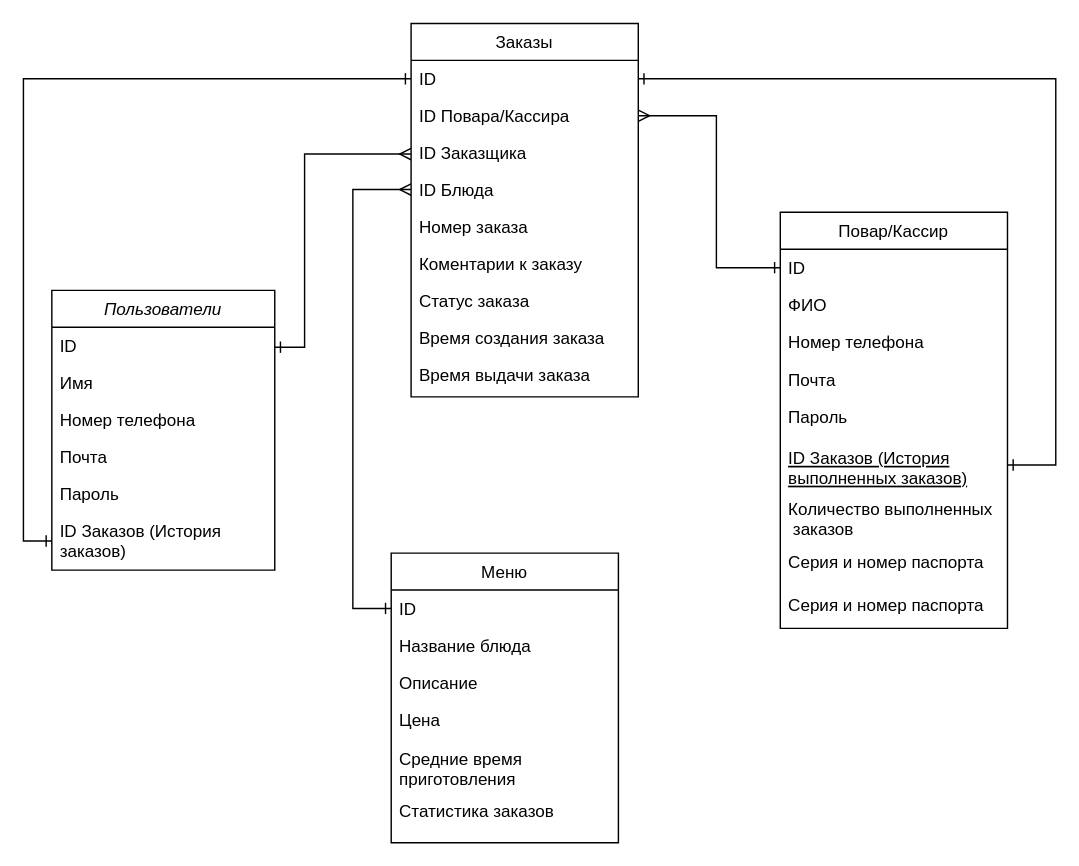
Above: docs/BD_dining_room.drawio in Danyfff/dining_room (draw.io), before the change. Source tidied: cells renumbered, new cells numbered last; positions are measured from the earlier drawing's top-left corner, leaving out a move shared by most shapes. Both pictures are drawn from the tidied source at 142%, with x=0, y=0 at pixel (23, 23).
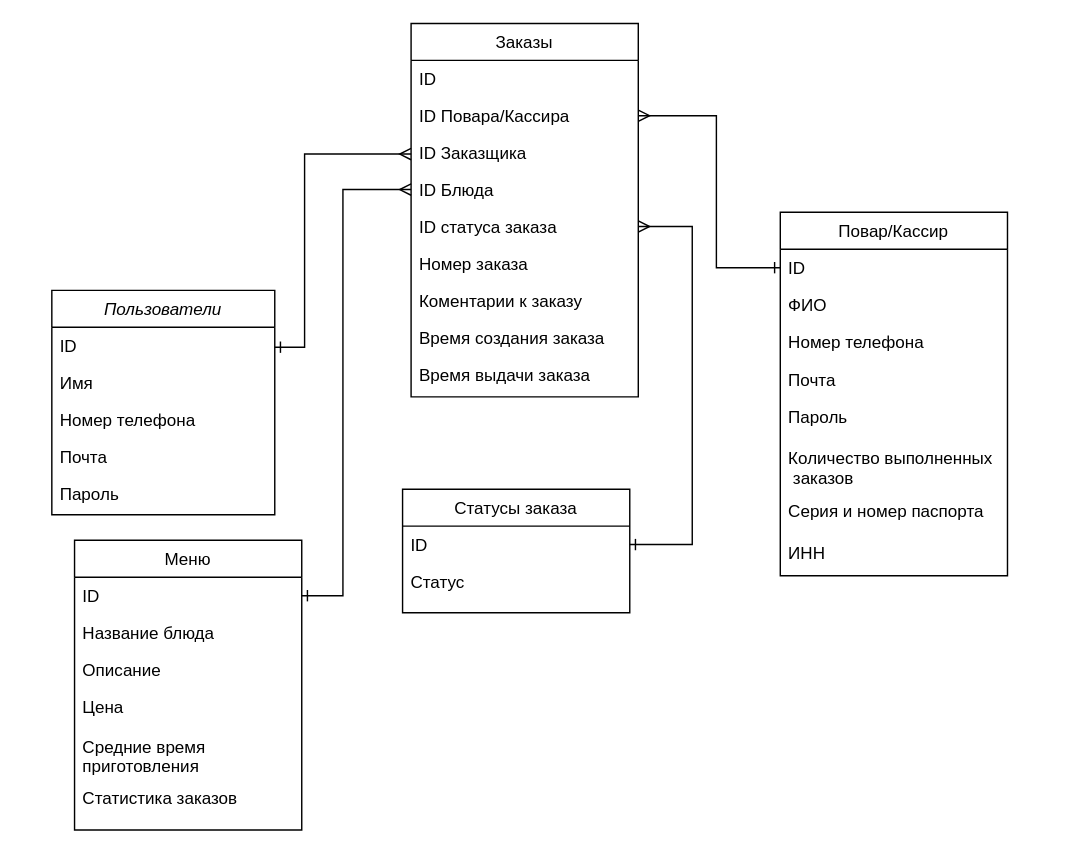
After the change.

Unchanged cells that the change refers to:
```xml
<mxCell id="20" value="ID&#10;" style="text;align=left;verticalAlign=top;spacingLeft=4;spacingRight=4;overflow=hidden;points=[[0,0.5],[1,0.5]];portConstraint=eastwest;" parent="19" vertex="1">
  <mxGeometry y="26" width="160" height="26" as="geometry" />
</mxCell>
<mxCell id="26" value="Заказы" style="swimlane;fontStyle=0;align=center;verticalAlign=top;horizontal=1;startSize=26;rounded=0;shadow=0;strokeWidth=1;" parent="1" vertex="1">
  <mxGeometry x="273" width="160" height="263" as="geometry" />
</mxCell>
<mxCell id="27" value="ID" style="text;align=left;verticalAlign=top;spacingLeft=4;spacingRight=4;overflow=hidden;points=[[0,0.5],[1,0.5]];portConstraint=eastwest;" parent="26" vertex="1">
  <mxGeometry y="26" width="160" height="26" as="geometry" />
</mxCell>
<mxCell id="30" value="ID Блюда" style="text;align=left;verticalAlign=top;spacingLeft=4;spacingRight=4;overflow=hidden;points=[[0,0.5],[1,0.5]];portConstraint=eastwest;rounded=0;shadow=0;html=0;" parent="26" vertex="1">
  <mxGeometry y="104" width="160" height="26" as="geometry" />
</mxCell>
```

The edit, as a diff of the source:
```diff
@@
     <mxCell id="2" value="Пользователи" style="swimlane;fontStyle=2;align=center;verticalAlign=top;horizontal=1;startSize=26;rounded=0;shadow=0;strokeWidth=1;" parent="1" vertex="1">
-      <mxGeometry x="20" y="188" width="157" height="197" as="geometry" />
+      <mxGeometry x="20" y="188" width="157" height="158" as="geometry" />
     </mxCell>
@@
-    <mxCell id="8" value="ID Заказов (История &#10;заказов)" style="text;align=left;verticalAlign=top;spacingLeft=4;spacingRight=4;overflow=hidden;points=[[0,0.5],[1,0.5]];portConstraint=eastwest;rounded=0;shadow=0;html=0;" parent="2" vertex="1">
-      <mxGeometry y="156" width="157" height="41" as="geometry" />
-    </mxCell>
     <mxCell id="9" value="Повар/Кассир" style="swimlane;fontStyle=0;align=center;verticalAlign=top;horizontal=1;startSize=26;rounded=0;shadow=0;strokeWidth=1;" parent="1" vertex="1">
-      <mxGeometry x="533" y="133" width="160" height="293" as="geometry" />
+      <mxGeometry x="533" y="133" width="160" height="256" as="geometry" />
     </mxCell>
@@
-    <mxCell id="15" value="ID Заказов (История&#10;выполненных заказов)" style="text;align=left;verticalAlign=top;spacingLeft=4;spacingRight=4;overflow=hidden;points=[[0,0.5],[1,0.5]];portConstraint=eastwest;fontStyle=4;" parent="9" vertex="1">
-      <mxGeometry y="160" width="160" height="36" as="geometry" />
-    </mxCell>
     <mxCell id="16" value="Количество выполненных&#10; заказов" style="text;align=left;verticalAlign=top;spacingLeft=4;spacingRight=4;overflow=hidden;" parent="9" vertex="1">
-      <mxGeometry y="196" width="160" height="37" as="geometry" />
+      <mxGeometry y="160" width="160" height="37" as="geometry" />
     </mxCell>
     <mxCell id="17" value="Серия и номер паспорта" style="text;align=left;verticalAlign=top;spacingLeft=4;spacingRight=4;overflow=hidden;" parent="9" vertex="1">
-      <mxGeometry y="233" width="160" height="30" as="geometry" />
+      <mxGeometry y="197" width="160" height="30" as="geometry" />
     </mxCell>
-    <mxCell id="18" value="Серия и номер паспорта" style="text;align=left;verticalAlign=top;spacingLeft=4;spacingRight=4;overflow=hidden;" parent="9" vertex="1">
-      <mxGeometry y="263" width="160" height="29" as="geometry" />
+    <mxCell id="18" value="ИНН" style="text;align=left;verticalAlign=top;spacingLeft=4;spacingRight=4;overflow=hidden;" parent="9" vertex="1">
+      <mxGeometry y="227" width="160" height="29" as="geometry" />
     </mxCell>
     <mxCell id="19" value="Меню" style="swimlane;fontStyle=0;align=center;verticalAlign=top;horizontal=1;startSize=26;rounded=0;shadow=0;strokeWidth=1;" parent="1" vertex="1">
-      <mxGeometry x="259" y="373" width="160" height="204" as="geometry" />
+      <mxGeometry x="36" y="364" width="160" height="204" as="geometry" />
     </mxCell>
@@
+    <mxCell id="33" value="ID статуса заказа" style="text;align=left;verticalAlign=top;spacingLeft=4;spacingRight=4;overflow=hidden;points=[[0,0.5],[1,0.5]];portConstraint=eastwest;" parent="26" vertex="1">
+      <mxGeometry y="130" width="160" height="26" as="geometry" />
+    </mxCell>
     <mxCell id="31" value="Номер заказа" style="text;align=left;verticalAlign=top;spacingLeft=4;spacingRight=4;overflow=hidden;" parent="26" vertex="1">
-      <mxGeometry y="130" width="160" height="26" as="geometry" />
+      <mxGeometry y="156" width="160" height="26" as="geometry" />
     </mxCell>
     <mxCell id="32" value="Коментарии к заказу" style="text;align=left;verticalAlign=top;spacingLeft=4;spacingRight=4;overflow=hidden;rounded=0;shadow=0;html=0;" parent="26" vertex="1">
-      <mxGeometry y="156" width="160" height="26" as="geometry" />
+      <mxGeometry y="182" width="160" height="26" as="geometry" />
     </mxCell>
-    <mxCell id="33" value="Статус заказа" style="text;align=left;verticalAlign=top;spacingLeft=4;spacingRight=4;overflow=hidden;points=[[0,0.5],[1,0.5]];portConstraint=eastwest;" parent="26" vertex="1">
-      <mxGeometry y="182" width="160" height="26" as="geometry" />
-    </mxCell>
@@
-    <mxCell id="36" style="html=1;verticalAlign=bottom;labelBackgroundColor=none;endArrow=ERmany;endFill=0;rounded=0;exitX=0;exitY=0.5;exitDx=0;exitDy=0;edgeStyle=elbowEdgeStyle;entryX=0;entryY=0.5;entryDx=0;entryDy=0;startArrow=ERone;startFill=0;" parent="1" edge="1" source="20" target="30">
+    <mxCell id="36" style="html=1;verticalAlign=bottom;labelBackgroundColor=none;endArrow=ERmany;endFill=0;rounded=0;exitX=1;exitY=0.5;exitDx=0;exitDy=0;edgeStyle=elbowEdgeStyle;entryX=0;entryY=0.5;entryDx=0;entryDy=0;startArrow=ERone;startFill=0;" parent="1" edge="1" source="20" target="30">
       <mxGeometry relative="1" as="geometry">
         <Array as="points">
-          <mxPoint x="232" y="266" />
+          <mxPoint x="225" y="263" />
         </Array>
       </mxGeometry>
     </mxCell>
@@
-    <mxCell id="38" style="html=1;verticalAlign=bottom;labelBackgroundColor=none;endArrow=ERone;endFill=0;rounded=0;edgeStyle=elbowEdgeStyle;entryX=0;entryY=0.5;entryDx=0;entryDy=0;startArrow=ERone;startFill=0;exitX=0;exitY=0.5;exitDx=0;exitDy=0;" parent="1" edge="1" source="8" target="27">
-      <mxGeometry relative="1" as="geometry">
-        <Array as="points">
-          <mxPoint y="210" />
-        </Array>
-      </mxGeometry>
-    </mxCell>
-    <mxCell id="39" style="html=1;verticalAlign=bottom;labelBackgroundColor=none;endArrow=ERone;endFill=0;rounded=0;edgeStyle=elbowEdgeStyle;entryX=1;entryY=0.5;entryDx=0;entryDy=0;startArrow=ERone;startFill=0;exitX=1;exitY=0.5;exitDx=0;exitDy=0;" parent="1" edge="1" source="15" target="27">
-      <mxGeometry relative="1" as="geometry">
-        <Array as="points">
-          <mxPoint x="727" y="176" />
-        </Array>
-      </mxGeometry>
-    </mxCell>
@@
+    <mxCell id="41" value="Статусы заказа" style="swimlane;fontStyle=0;align=center;verticalAlign=top;horizontal=1;startSize=26;rounded=0;shadow=0;strokeWidth=1;" parent="1" vertex="1">
+      <mxGeometry x="267" y="328" width="160" height="87" as="geometry" />
+    </mxCell>
+    <mxCell id="42" value="ID&#10;" style="text;align=left;verticalAlign=top;spacingLeft=4;spacingRight=4;overflow=hidden;points=[[0,0.5],[1,0.5]];portConstraint=eastwest;" parent="41" vertex="1">
+      <mxGeometry y="26" width="160" height="26" as="geometry" />
+    </mxCell>
+    <mxCell id="43" value="Статус" style="text;align=left;verticalAlign=top;spacingLeft=4;spacingRight=4;overflow=hidden;" parent="41" vertex="1">
+      <mxGeometry y="52" width="160" height="26" as="geometry" />
+    </mxCell>
+    <mxCell id="44" style="html=1;verticalAlign=bottom;labelBackgroundColor=none;endArrow=ERmany;endFill=0;rounded=0;exitX=1;exitY=0.5;exitDx=0;exitDy=0;edgeStyle=elbowEdgeStyle;startArrow=ERone;startFill=0;entryX=1;entryY=0.5;entryDx=0;entryDy=0;" parent="1" edge="1" source="42" target="33">
+      <mxGeometry relative="1" as="geometry">
+        <Array as="points">
+          <mxPoint x="471" y="256" />
+        </Array>
+      </mxGeometry>
+    </mxCell>
```
